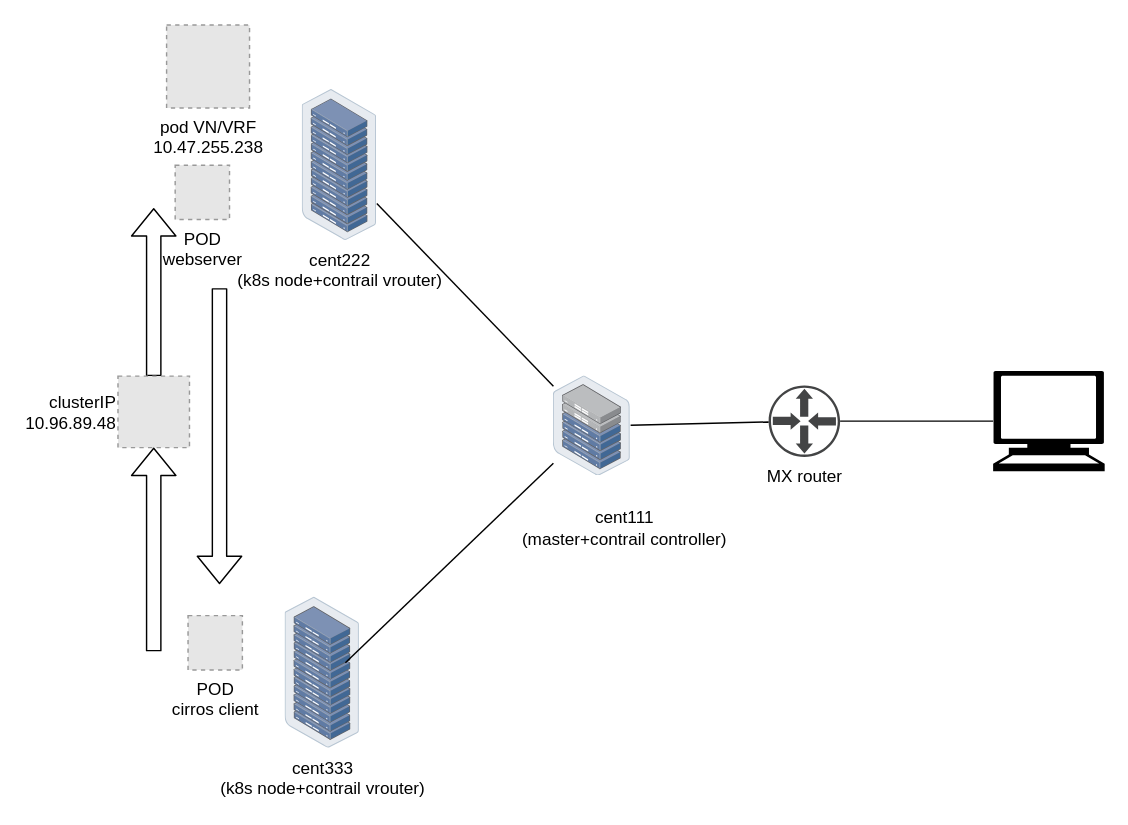
Earlier version of the draw.io diagram diagrams/drawio/svc-clusterip.drawio (pinggit/kubernetes-contrail-day-one). Source tidied: cells renumbered, new cells numbered last; positions are measured from the earlier drawing's top-left corner, leaving out a move shared by most shapes. Both pictures are drawn from the tidied source at 143%, with x=0, y=0 at pixel (117, 24). Pictures stored in the file or linked from it are replaced by grey dashed boxes.
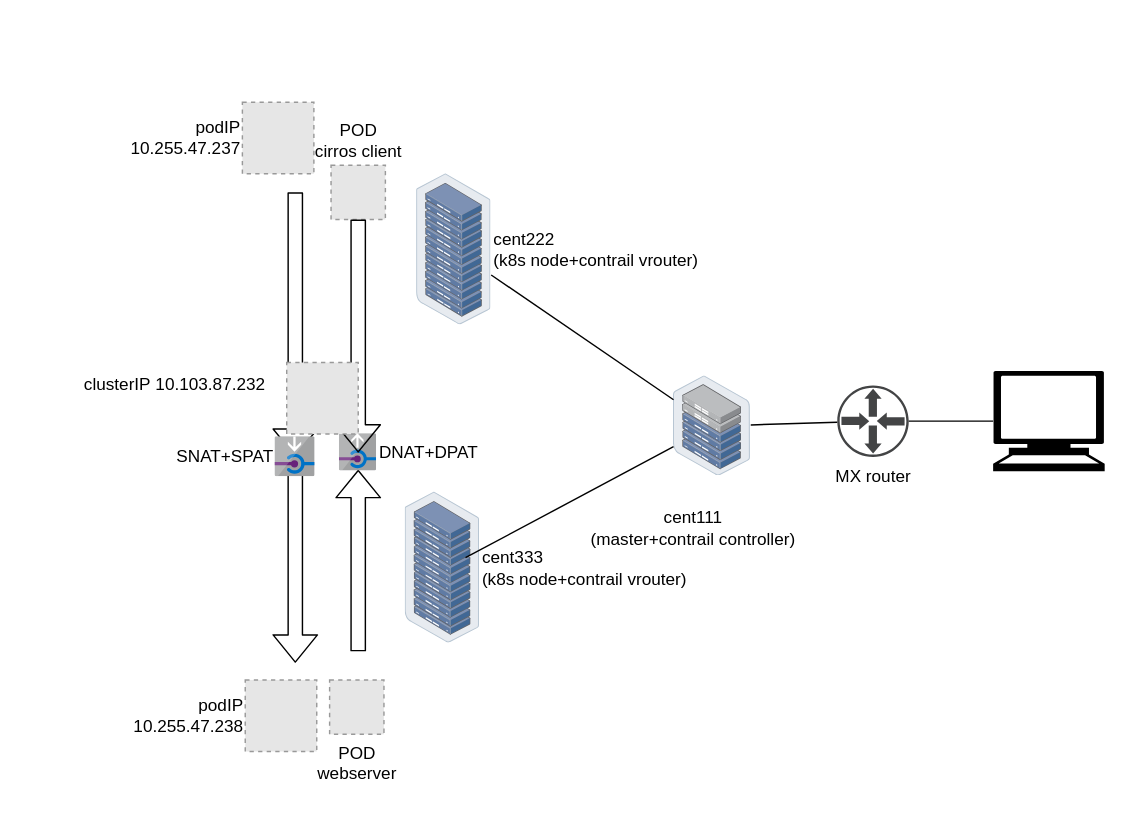
The same page after the edit.

Diff of the diagram source:
```diff
@@
-    <mxCell id="2" value="cent222&lt;br&gt;(k8s node+contrail vrouter)&lt;br&gt;" style="points=[];html=1;align=center;shadow=0;dashed=0;image;image=img/lib/allied_telesis/storage/Datacenter_Server_Rack.svg;" parent="1" vertex="1">
-      <mxGeometry x="129" y="45" width="52" height="106" as="geometry" />
+    <mxCell id="2" value="cent222&lt;br&gt;(k8s node+contrail vrouter)&lt;br&gt;" style="points=[];html=1;align=left;shadow=0;dashed=0;image;image=img/lib/allied_telesis/storage/Datacenter_Server_Rack.svg;labelPosition=right;verticalLabelPosition=middle;verticalAlign=middle;" parent="1" vertex="1">
+      <mxGeometry x="209" y="104" width="52" height="106" as="geometry" />
     </mxCell>
     <mxCell id="3" value="MX router" style="shadow=0;dashed=0;html=1;strokeColor=none;fillColor=#434445;labelPosition=center;verticalLabelPosition=bottom;verticalAlign=top;align=center;outlineConnect=0;shape=mxgraph.vvd.physical_upstream_router;" parent="1" vertex="1">
-      <mxGeometry x="455" y="252" width="50" height="50" as="geometry" />
+      <mxGeometry x="503" y="252" width="50" height="50" as="geometry" />
     </mxCell>
@@
-    <mxCell id="5" value="pod VN/VRF&lt;br&gt;10.47.255.238&lt;br&gt;" style="fillColor=#E6E6E6;strokeColor=#999999;dashed=1;html=1;verticalAlign=top;verticalLabelPosition=bottom;labelBackgroundColor=#ffffff;" parent="1" vertex="1">
-      <mxGeometry x="34" width="58" height="58" as="geometry" />
-    </mxCell>
     <mxCell id="6" style="points=[];html=1;align=center;shadow=0;dashed=0;image;image=img/lib/allied_telesis/storage/Datacenter_Server_Half_Rack_ToR.svg;" parent="1" vertex="1">
-      <mxGeometry x="304.5" y="245.5" width="54" height="70" as="geometry" />
+      <mxGeometry x="388.5" y="245.5" width="54" height="70" as="geometry" />
     </mxCell>
@@
-    <mxCell id="10" value="cent333&lt;br&gt;(k8s node+contrail vrouter)&lt;br&gt;" style="points=[];html=1;align=center;shadow=0;dashed=0;image;image=img/lib/allied_telesis/storage/Datacenter_Server_Rack.svg;" parent="1" vertex="1">
-      <mxGeometry x="117" y="400" width="52" height="106" as="geometry" />
+    <mxCell id="10" value="cent333&lt;br&gt;(k8s node+contrail vrouter)&lt;br&gt;" style="points=[];html=1;align=left;shadow=0;dashed=0;image;image=img/lib/allied_telesis/storage/Datacenter_Server_Rack.svg;labelPosition=right;verticalLabelPosition=middle;verticalAlign=middle;" parent="1" vertex="1">
+      <mxGeometry x="201" y="326.5" width="52" height="106" as="geometry" />
     </mxCell>
@@
-    <mxCell id="12" value="POD&lt;br&gt;webserver" style="fillColor=#E6E6E6;strokeColor=#999999;dashed=1;html=1;verticalAlign=top;verticalLabelPosition=bottom;labelBackgroundColor=#ffffff;" parent="1" vertex="1">
-      <mxGeometry x="40" y="98" width="38" height="38" as="geometry" />
+    <mxCell id="12" value="POD&lt;br&gt;cirros client&lt;br&gt;" style="fillColor=#E6E6E6;strokeColor=#999999;dashed=1;html=1;verticalAlign=bottom;verticalLabelPosition=top;labelBackgroundColor=#ffffff;labelPosition=center;align=center;" parent="1" vertex="1">
+      <mxGeometry x="149" y="98" width="38" height="38" as="geometry" />
     </mxCell>
-    <mxCell id="13" value="POD&lt;br&gt;cirros client&lt;br&gt;" style="fillColor=#E6E6E6;strokeColor=#999999;dashed=1;html=1;verticalAlign=top;verticalLabelPosition=bottom;labelBackgroundColor=#ffffff;" parent="1" vertex="1">
-      <mxGeometry x="49" y="413" width="38" height="38" as="geometry" />
+    <mxCell id="13" value="POD&lt;br&gt;webserver&lt;br&gt;" style="fillColor=#E6E6E6;strokeColor=#999999;dashed=1;html=1;verticalAlign=top;verticalLabelPosition=bottom;labelBackgroundColor=#ffffff;" parent="1" vertex="1">
+      <mxGeometry x="148" y="458" width="38" height="38" as="geometry" />
     </mxCell>
     <mxCell id="14" value="cent111&lt;br&gt;(master+contrail controller)&lt;br&gt;" style="text;html=1;strokeColor=none;fillColor=none;align=center;verticalAlign=middle;whiteSpace=wrap;rounded=0;" parent="1" vertex="1">
-      <mxGeometry x="244" y="341.5" width="221" height="20" as="geometry" />
+      <mxGeometry x="292" y="341.5" width="221" height="20" as="geometry" />
     </mxCell>
-    <mxCell id="15" style="shape=flexArrow;endArrow=classic;html=1;" parent="1" edge="1" source="16">
+    <mxCell id="15" style="shape=flexArrow;endArrow=classic;html=1;" parent="1" edge="1" target="22">
       <mxGeometry relative="1" as="geometry">
-        <mxPoint x="25" y="128" as="targetPoint" />
+        <mxPoint x="124" y="117" as="sourcePoint" />
       </mxGeometry>
     </mxCell>
-    <mxCell id="16" value="clusterIP&lt;br&gt;10.96.89.48&lt;br&gt;" style="fillColor=#E6E6E6;strokeColor=#999999;dashed=1;html=1;verticalAlign=middle;verticalLabelPosition=middle;labelBackgroundColor=#ffffff;labelPosition=left;align=right;" parent="1" vertex="1">
-      <mxGeometry y="245.5" width="50" height="50" as="geometry" />
-    </mxCell>
-    <mxCell id="17" style="shape=flexArrow;endArrow=classic;html=1;" parent="1" edge="1" target="16">
+    <mxCell id="17" style="shape=flexArrow;endArrow=classic;html=1;" parent="1" edge="1" source="22">
       <mxGeometry relative="1" as="geometry">
-        <mxPoint x="25" y="438" as="sourcePoint" />
+        <mxPoint x="124" y="446" as="targetPoint" />
       </mxGeometry>
     </mxCell>
-    <mxCell id="18" style="shape=flexArrow;endArrow=classic;html=1;" parent="1" edge="1">
+    <mxCell id="18" style="shape=flexArrow;endArrow=classic;html=1;entryX=0.5;entryY=0.962;entryDx=0;entryDy=0;entryPerimeter=0;" parent="1" edge="1" target="23">
       <mxGeometry relative="1" as="geometry">
-        <mxPoint x="71" y="184" as="sourcePoint" />
-        <mxPoint x="71" y="391" as="targetPoint" />
+        <mxPoint x="168" y="438" as="sourcePoint" />
       </mxGeometry>
     </mxCell>
+    <mxCell id="19" value="podIP&lt;br&gt;10.255.47.237&lt;br&gt;" style="fillColor=#E6E6E6;strokeColor=#999999;dashed=1;html=1;verticalAlign=middle;verticalLabelPosition=middle;labelBackgroundColor=#ffffff;labelPosition=left;align=right;" parent="1" vertex="1">
+      <mxGeometry x="87" y="54" width="50" height="50" as="geometry" />
+    </mxCell>
+    <mxCell id="20" value="podIP&lt;br&gt;10.255.47.238&lt;br&gt;" style="fillColor=#E6E6E6;strokeColor=#999999;dashed=1;html=1;verticalAlign=middle;verticalLabelPosition=middle;labelBackgroundColor=#ffffff;labelPosition=left;align=right;" parent="1" vertex="1">
+      <mxGeometry x="89" y="458" width="50" height="50" as="geometry" />
+    </mxCell>
+    <mxCell id="21" value="&lt;span&gt;clusterIP&amp;nbsp;&lt;/span&gt;&lt;span&gt;10.103.87.232&lt;/span&gt;" style="text;html=1;strokeColor=none;fillColor=none;align=center;verticalAlign=middle;whiteSpace=wrap;rounded=0;" parent="1" vertex="1">
+      <mxGeometry x="-34" y="242" width="148" height="20" as="geometry" />
+    </mxCell>
+    <mxCell id="22" value="SNAT+SPAT" style="html=1;perimeter=none;align=right;shadow=0;dashed=0;image;fontSize=12;image=img/lib/mscae/InboundNAT.svg;labelPosition=left;verticalLabelPosition=middle;verticalAlign=middle;" parent="1" vertex="1">
+      <mxGeometry x="110" y="288" width="28" height="28" as="geometry" />
+    </mxCell>
+    <mxCell id="23" value="DNAT+DPAT" style="html=1;perimeter=none;align=left;shadow=0;dashed=0;image;fontSize=12;image=img/lib/mscae/OutboundNAT.svg;labelPosition=right;verticalLabelPosition=middle;verticalAlign=middle;" parent="1" vertex="1">
+      <mxGeometry x="155" y="286" width="26" height="26" as="geometry" />
+    </mxCell>
+    <mxCell id="24" style="shape=flexArrow;endArrow=classic;html=1;exitX=0.5;exitY=1;exitDx=0;exitDy=0;entryX=0.25;entryY=0;entryDx=0;entryDy=0;" parent="1" edge="1" source="12" target="23">
+      <mxGeometry relative="1" as="geometry" />
+    </mxCell>
+    <mxCell id="16" style="fillColor=#E6E6E6;strokeColor=#999999;dashed=1;html=1;verticalAlign=middle;verticalLabelPosition=middle;labelBackgroundColor=#ffffff;labelPosition=left;align=right;" parent="1" vertex="1">
+      <mxGeometry x="118" y="236" width="50" height="50" as="geometry" />
+    </mxCell>
```
